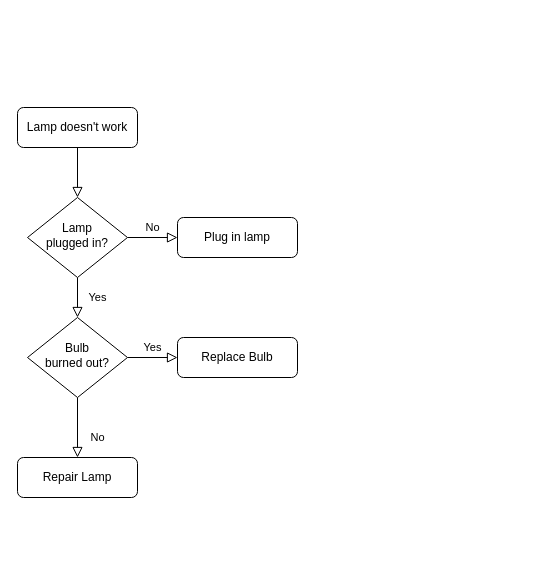
Earlier version of the draw.io diagram Untitled Diagram.drawio (ProjectKM1/JavaProject). Source tidied: cells renumbered, new cells numbered last; positions are measured from the earlier drawing's top-left corner, leaving out a move shared by most shapes. Both pictures are drawn from the tidied source at 100%, with x=0, y=0 at pixel (17, 107).
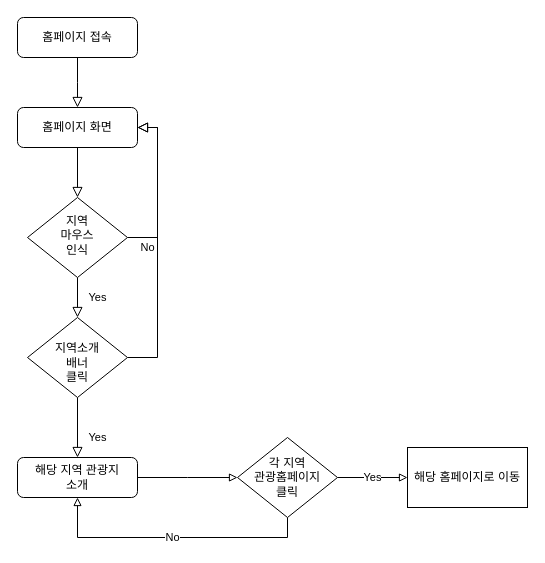
After the change.

The edit, as a diff of the source:
```diff
@@
-    <mxCell id="3" value="Lamp doesn't work" style="rounded=1;whiteSpace=wrap;html=1;fontSize=12;glass=0;strokeWidth=1;shadow=0;" parent="1" vertex="1">
+    <mxCell id="3" value="홈페이지 화면" style="rounded=1;whiteSpace=wrap;html=1;fontSize=12;glass=0;strokeWidth=1;shadow=0;" parent="1" vertex="1">
       <mxGeometry width="120" height="40" as="geometry" />
     </mxCell>
@@
-    <mxCell id="5" value="No" style="edgeStyle=orthogonalEdgeStyle;rounded=0;html=1;jettySize=auto;fontSize=11;endArrow=block;endFill=0;endSize=8;strokeWidth=1;shadow=0;labelBackgroundColor=none;" parent="1" edge="1" source="6" target="7">
-      <mxGeometry y="10" relative="1" as="geometry" />
+    <mxCell id="5" style="edgeStyle=orthogonalEdgeStyle;rounded=0;html=1;jettySize=auto;fontSize=11;endArrow=block;endFill=0;endSize=8;strokeWidth=1;shadow=0;labelBackgroundColor=none;entryX=1;entryY=0.5;entryDx=0;entryDy=0;" parent="1" edge="1" source="6" target="3">
+      <mxGeometry y="10" relative="1" as="geometry">
+        <Array as="points">
+          <mxPoint x="140" y="130" />
+          <mxPoint x="140" y="20" />
+        </Array>
+      </mxGeometry>
     </mxCell>
-    <mxCell id="6" value="Lamp&lt;br&gt;plugged in?" style="rhombus;whiteSpace=wrap;html=1;shadow=0;fontFamily=Helvetica;fontSize=12;align=center;strokeWidth=1;spacing=6;spacingTop=-4;" parent="1" vertex="1">
+    <mxCell id="6" value="지역&lt;br&gt;마우스&lt;br&gt;인식" style="rhombus;whiteSpace=wrap;html=1;shadow=0;fontFamily=Helvetica;fontSize=12;align=center;strokeWidth=1;spacing=6;spacingTop=-4;" parent="1" vertex="1">
       <mxGeometry x="10" y="90" width="100" height="80" as="geometry" />
     </mxCell>
-    <mxCell id="7" value="Plug in lamp" style="rounded=1;whiteSpace=wrap;html=1;fontSize=12;glass=0;strokeWidth=1;shadow=0;" parent="1" vertex="1">
-      <mxGeometry x="160" y="110" width="120" height="40" as="geometry" />
-    </mxCell>
-    <mxCell id="8" value="No" style="rounded=0;html=1;jettySize=auto;fontSize=11;endArrow=block;endFill=0;endSize=8;strokeWidth=1;shadow=0;labelBackgroundColor=none;edgeStyle=orthogonalEdgeStyle;" parent="1" edge="1" source="10" target="11">
+    <mxCell id="8" value="Yes" style="rounded=0;html=1;jettySize=auto;fontSize=11;endArrow=block;endFill=0;endSize=8;strokeWidth=1;shadow=0;labelBackgroundColor=none;edgeStyle=orthogonalEdgeStyle;" parent="1" edge="1" source="10" target="11">
       <mxGeometry x="0.33" y="20" relative="1" as="geometry" />
     </mxCell>
-    <mxCell id="9" value="Yes" style="edgeStyle=orthogonalEdgeStyle;rounded=0;html=1;jettySize=auto;fontSize=11;endArrow=block;endFill=0;endSize=8;strokeWidth=1;shadow=0;labelBackgroundColor=none;" parent="1" edge="1" source="10" target="12">
-      <mxGeometry y="10" relative="1" as="geometry" />
+    <mxCell id="9" value="No" style="rounded=0;html=1;jettySize=auto;fontSize=11;endArrow=block;endFill=0;endSize=8;strokeWidth=1;shadow=0;labelBackgroundColor=none;entryX=1;entryY=0.5;entryDx=0;entryDy=0;edgeStyle=orthogonalEdgeStyle;elbow=vertical;" parent="1" edge="1" source="10" target="3">
+      <mxGeometry y="10" relative="1" as="geometry">
+        <Array as="points">
+          <mxPoint x="140" y="250" />
+          <mxPoint x="140" y="20" />
+        </Array>
+      </mxGeometry>
     </mxCell>
-    <mxCell id="10" value="Bulb&lt;br&gt;burned out?" style="rhombus;whiteSpace=wrap;html=1;shadow=0;fontFamily=Helvetica;fontSize=12;align=center;strokeWidth=1;spacing=6;spacingTop=-4;" parent="1" vertex="1">
+    <mxCell id="10" value="&lt;br&gt;지역소개&lt;br&gt;배너&lt;br&gt;클릭" style="rhombus;whiteSpace=wrap;html=1;shadow=0;fontFamily=Helvetica;fontSize=12;align=center;strokeWidth=1;spacing=6;spacingTop=-4;" parent="1" vertex="1">
       <mxGeometry x="10" y="210" width="100" height="80" as="geometry" />
     </mxCell>
+    <mxCell id="13" style="edgeStyle=orthogonalEdgeStyle;rounded=0;jettySize=auto;html=1;endArrow=block;endFill=0;" parent="1" edge="1" source="11">
+      <mxGeometry relative="1" as="geometry">
+        <mxPoint x="220" y="370" as="targetPoint" />
+      </mxGeometry>
+    </mxCell>
-    <mxCell id="11" value="Repair Lamp" style="rounded=1;whiteSpace=wrap;html=1;fontSize=12;glass=0;strokeWidth=1;shadow=0;" parent="1" vertex="1">
+    <mxCell id="11" value="해당 지역 관광지&lt;br&gt;소개" style="rounded=1;whiteSpace=wrap;html=1;fontSize=12;glass=0;strokeWidth=1;shadow=0;" parent="1" vertex="1">
       <mxGeometry y="350" width="120" height="40" as="geometry" />
     </mxCell>
-    <mxCell id="12" value="Replace Bulb" style="rounded=1;whiteSpace=wrap;html=1;fontSize=12;glass=0;strokeWidth=1;shadow=0;" parent="1" vertex="1">
-      <mxGeometry x="160" y="230" width="120" height="40" as="geometry" />
-    </mxCell>
+    <mxCell id="14" style="rounded=0;html=1;jettySize=auto;fontSize=11;endArrow=block;endFill=0;endSize=8;strokeWidth=1;shadow=0;labelBackgroundColor=none;edgeStyle=orthogonalEdgeStyle;" parent="1" edge="1" source="15">
+      <mxGeometry relative="1" as="geometry">
+        <mxPoint x="60" as="targetPoint" />
+      </mxGeometry>
+    </mxCell>
+    <mxCell id="15" value="홈페이지 접속" style="rounded=1;whiteSpace=wrap;html=1;fontSize=12;glass=0;strokeWidth=1;shadow=0;" parent="1" vertex="1">
+      <mxGeometry y="-90" width="120" height="40" as="geometry" />
+    </mxCell>
+    <mxCell id="16" value="Yes" style="edgeStyle=orthogonalEdgeStyle;rounded=0;jettySize=auto;html=1;endArrow=block;endFill=0;" parent="1" edge="1" source="18" target="19">
+      <mxGeometry relative="1" as="geometry" />
+    </mxCell>
+    <mxCell id="17" value="No&lt;br&gt;" style="edgeStyle=orthogonalEdgeStyle;rounded=0;orthogonalLoop=1;jettySize=auto;html=1;entryX=0.5;entryY=1;entryDx=0;entryDy=0;endArrow=block;endFill=0;" parent="1" edge="1">
+      <mxGeometry relative="1" as="geometry">
+        <mxPoint x="270" y="410" as="sourcePoint" />
+        <mxPoint x="60" y="390" as="targetPoint" />
+        <Array as="points">
+          <mxPoint x="270" y="430" />
+          <mxPoint x="60" y="430" />
+        </Array>
+      </mxGeometry>
+    </mxCell>
+    <mxCell id="18" value="각 지역&lt;br&gt;관광홈페이지&lt;br&gt;클릭" style="rhombus;whiteSpace=wrap;html=1;" parent="1" vertex="1">
+      <mxGeometry x="220" y="330" width="100" height="80" as="geometry" />
+    </mxCell>
+    <mxCell id="19" value="해당 홈페이지로 이동" style="whiteSpace=wrap;html=1;" parent="1" vertex="1">
+      <mxGeometry x="390" y="340" width="120" height="60" as="geometry" />
+    </mxCell>
```
